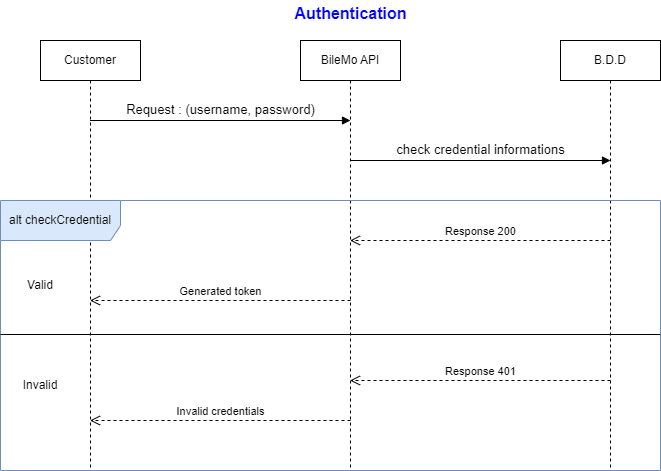
Ammar-Khaoula/Web_Service_Exposant_Une_API_Projet7 keeps this draw.io diagram as UML/Sequence/Authentication.png. Above is the earlier version. Source tidied: cells renumbered, new cells last; positions are measured from the earlier drawing's top-left corner, leaving out a move shared by most shapes.
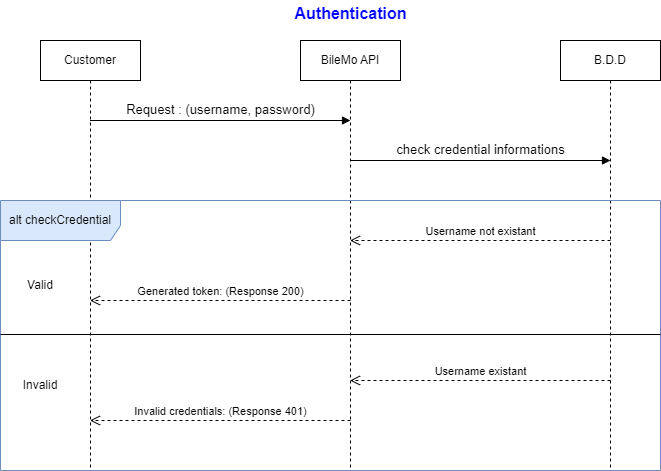
After the change.

Change to the diagram source:
```diff
@@ -33,22 +33,22 @@
     <mxCell id="10" value="Invalid" style="text;html=1;strokeColor=none;fillColor=none;align=center;verticalAlign=middle;whiteSpace=wrap;rounded=0;" parent="1" vertex="1">
       <mxGeometry x="10" y="370" width="60" height="30" as="geometry" />
     </mxCell>
-    <mxCell id="11" value="Response 200" style="html=1;verticalAlign=bottom;endArrow=open;dashed=1;endSize=8;curved=0;rounded=0;" parent="1" edge="1" target="3">
+    <mxCell id="11" value="Username not existant" style="html=1;verticalAlign=bottom;endArrow=open;dashed=1;endSize=8;curved=0;rounded=0;" parent="1" edge="1" target="3">
       <mxGeometry relative="1" as="geometry">
         <mxPoint x="610" y="240" as="sourcePoint" />
       </mxGeometry>
     </mxCell>
-    <mxCell id="12" value="Generated token" style="html=1;verticalAlign=bottom;endArrow=open;dashed=1;endSize=8;curved=0;rounded=0;" parent="1" edge="1" target="4">
+    <mxCell id="12" value="Generated token: (Response 200)" style="html=1;verticalAlign=bottom;endArrow=open;dashed=1;endSize=8;curved=0;rounded=0;" parent="1" edge="1" target="4">
       <mxGeometry relative="1" as="geometry">
         <mxPoint x="350" y="300" as="sourcePoint" />
       </mxGeometry>
     </mxCell>
-    <mxCell id="13" value="Response 401" style="html=1;verticalAlign=bottom;endArrow=open;dashed=1;endSize=8;curved=0;rounded=0;" parent="1" edge="1" target="3">
+    <mxCell id="13" value="Username existant" style="html=1;verticalAlign=bottom;endArrow=open;dashed=1;endSize=8;curved=0;rounded=0;" parent="1" edge="1" target="3">
       <mxGeometry relative="1" as="geometry">
         <mxPoint x="610" y="380" as="sourcePoint" />
       </mxGeometry>
     </mxCell>
-    <mxCell id="14" value="Invalid credentials" style="html=1;verticalAlign=bottom;endArrow=open;dashed=1;endSize=8;curved=0;rounded=0;" parent="1" edge="1" target="4">
+    <mxCell id="14" value="Invalid credentials: (Response 401)" style="html=1;verticalAlign=bottom;endArrow=open;dashed=1;endSize=8;curved=0;rounded=0;" parent="1" edge="1" target="4">
       <mxGeometry relative="1" as="geometry">
         <mxPoint x="350" y="420" as="sourcePoint" />
       </mxGeometry>
```
